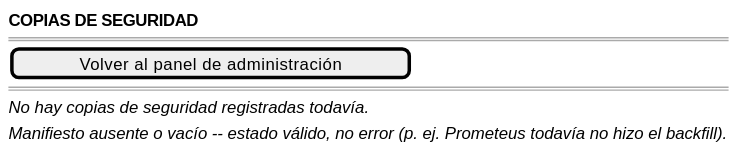
Before: images/RUP/01-requisitos/03-detalle-casos-uso/consultarCopiasSeguridad/wireframe-vacia.svg, a diagram exported from PlantUML (mmasias/pyCeldaPublico). The source it was exported from:
```plantuml
@startsalt consultarCopiasSeguridad-wireframe-vacia
{
    <b>COPIAS DE SEGURIDAD</b>
    ====
    [ Volver al panel de administración ]
    ====
    <i>No hay copias de seguridad registradas todavía.</i>
    <i>Manifiesto ausente o vacío -- estado válido, no error (p. ej. Prometeus todavía no hizo el backfill).</i>
}
@endsalt
```
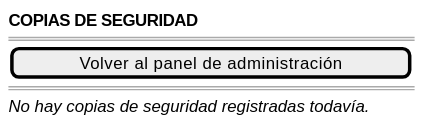
The same file after the commit.

The edit, as a diff of the source:
```diff
@@ -5,6 +5,5 @@
     [ Volver al panel de administración ]
     ====
     <i>No hay copias de seguridad registradas todavía.</i>
-    <i>Manifiesto ausente o vacío -- estado válido, no error (p. ej. Prometeus todavía no hizo el backfill).</i>
 }
 @endsalt
```
